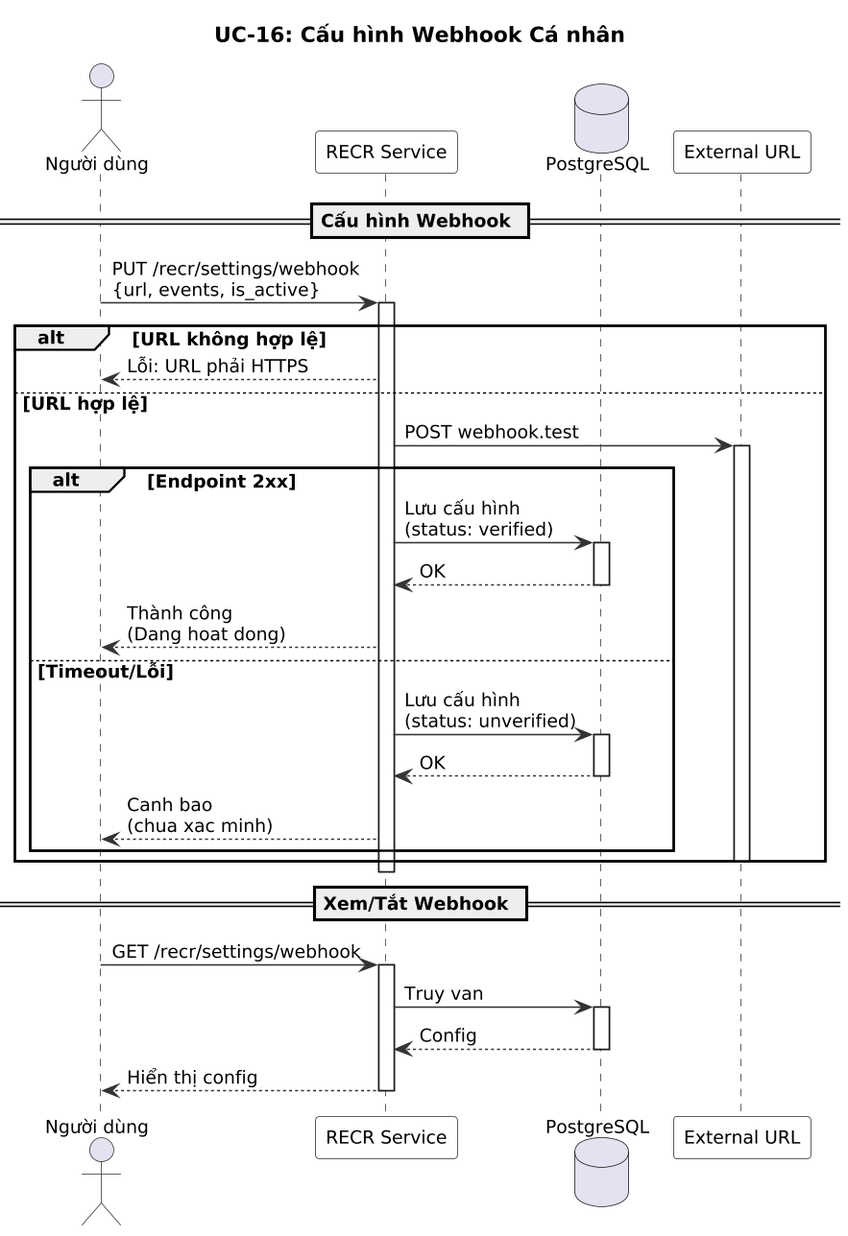
This is modules/recr/images/sequence/uc16-webhook-config-sequence.png from namnh240795/document, a PlantUML export, as it was before one commit.
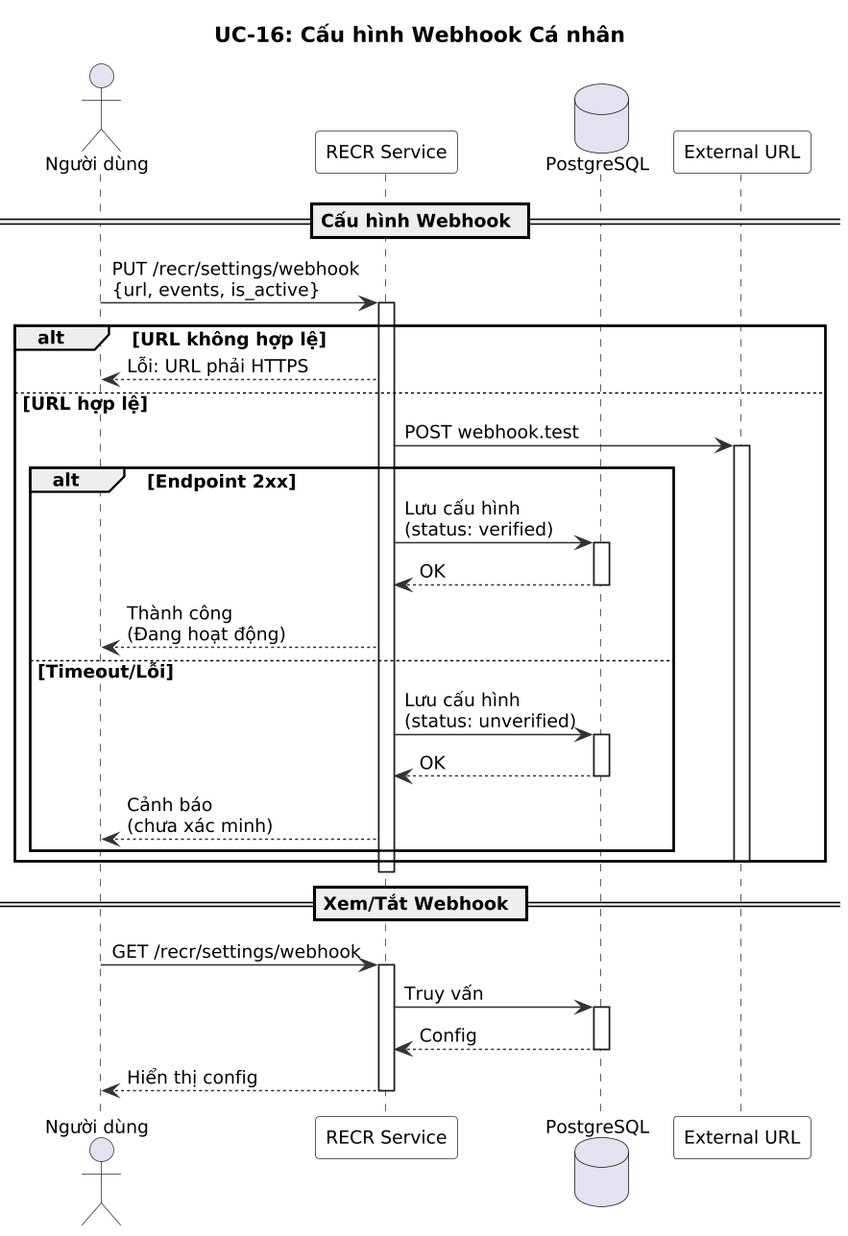
The same diagram one commit later.

Change to the diagram source:
```diff
@@ -33,13 +33,13 @@
     activate DB
     DB --> R : OK
     deactivate DB
-    R --> User : Thành công\n(Dang hoat dong)
+    R --> User : Thành công\n(Đang hoạt động)
   else Timeout/Lỗi
     R -> DB : Lưu cấu hình\n(status: unverified)
     activate DB
     DB --> R : OK
     deactivate DB
-    R --> User : Canh bao\n(chua xac minh)
+    R --> User : Cảnh báo\n(chưa xác minh)
   end
   deactivate Ext
 end
@@ -49,7 +49,7 @@
 
 User -> R : GET /recr/settings/webhook
 activate R
-R -> DB : Truy van
+R -> DB : Truy vấn
 activate DB
 DB --> R : Config
 deactivate DB
```
